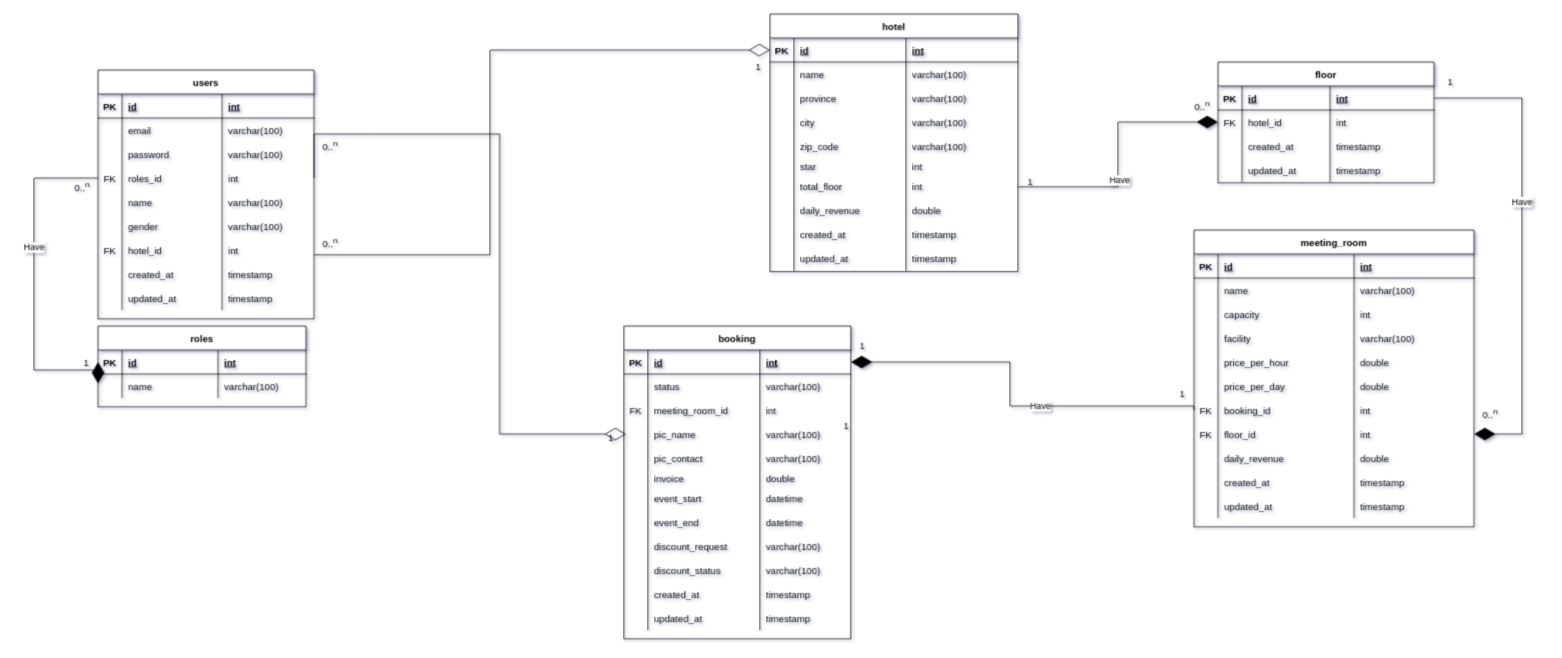
ariejanuarb/hotel_booking keeps this draw.io diagram as page "NEW ERD Master" (4 of 5) of entity_relationship_diagram/Booking_hotel.drawio. Above is the earlier version. Source tidied: cells renumbered, new cells numbered last; positions are measured from the earlier drawing's top-left corner, leaving out a move shared by most shapes. Both pictures are drawn from the tidied source at 80%, with x=0, y=0 at pixel (34, 14).
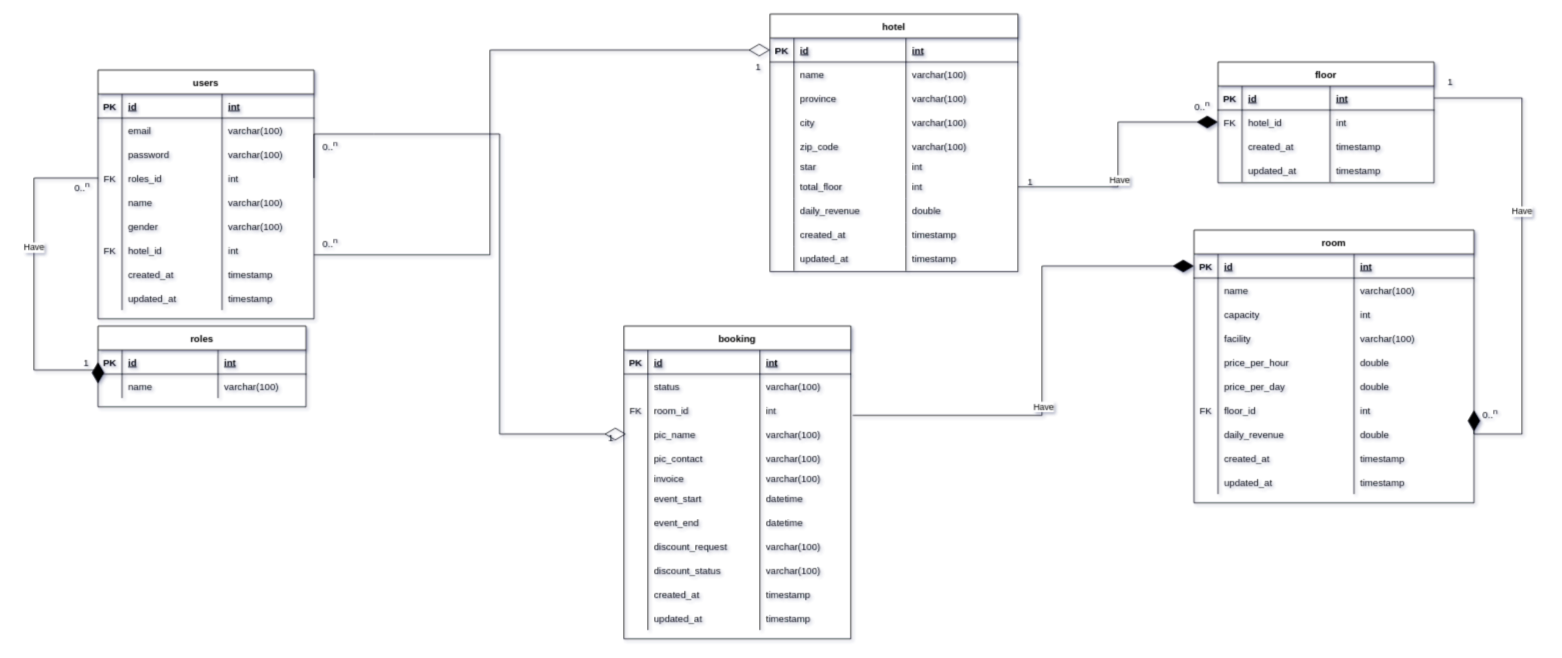
The same diagram, later.

Unchanged cells that the change refers to:
```xml
<mxCell id="66" style="shape=partialRectangle;fillColor=none;points=[[0,0.5],[1,0.5]];portConstraint=eastwest;top=0;left=0;right=0;bottom=1;" parent="65" vertex="1">
  <mxGeometry y="30" width="350" height="30" as="geometry" />
</mxCell>
<mxCell id="165" style="shape=partialRectangle;fillColor=none;points=[[0,0.5],[1,0.5]];portConstraint=eastwest;top=0;left=0;right=0;bottom=1;" parent="164" vertex="1">
  <mxGeometry y="30" width="283.6" height="30" as="geometry" />
</mxCell>
<mxCell id="173" style="shape=partialRectangle;fillColor=none;top=0;left=0;right=0;bottom=0;" parent="164" vertex="1">
  <mxGeometry y="90" width="283.6" height="30" as="geometry" />
</mxCell>
<mxCell id="185" style="shape=partialRectangle;fillColor=none;top=0;left=0;right=0;bottom=0;" parent="164" vertex="1">
  <mxGeometry y="180" width="283.6" height="20" as="geometry" />
</mxCell>
```

The edit, as a diff of the source:
```diff
@@
-    <mxCell id="65" value="meeting_room" style="shape=table;startSize=30;childLayout=tableLayout;rowLines=0;fontStyle=1;align=center;" parent="1" vertex="1">
-      <mxGeometry x="1450" y="270" width="350" height="371" as="geometry" />
+    <mxCell id="65" value="room" style="shape=table;startSize=30;childLayout=tableLayout;rowLines=0;fontStyle=1;align=center;" parent="1" vertex="1">
+      <mxGeometry x="1450" y="270" width="350" height="341" as="geometry" />
     </mxCell>
@@
-    <mxCell id="90" style="shape=partialRectangle;fillColor=none;points=[[0,0.5],[1,0.5]];portConstraint=eastwest;top=0;left=0;right=0;bottom=0;" parent="65" vertex="1">
-      <mxGeometry y="210" width="350" height="30" as="geometry" />
-    </mxCell>
-    <mxCell id="91" value="FK" style="shape=partialRectangle;overflow=hidden;fillColor=none;top=0;left=0;bottom=0;right=0;" parent="90" vertex="1">
-      <mxGeometry width="30" height="30" as="geometry" />
-    </mxCell>
-    <mxCell id="92" value="booking_id" style="shape=partialRectangle;overflow=hidden;fillColor=none;top=0;left=0;bottom=0;right=0;align=left;spacingLeft=6;" parent="90" vertex="1">
-      <mxGeometry x="30" width="170" height="30" as="geometry" />
-    </mxCell>
-    <mxCell id="93" value="int" style="shape=partialRectangle;overflow=hidden;fillColor=none;top=0;left=0;bottom=0;right=0;align=left;spacingLeft=6;" parent="90" vertex="1">
-      <mxGeometry x="200" width="150" height="30" as="geometry" />
-    </mxCell>
     <mxCell id="94" style="shape=partialRectangle;fillColor=none;points=[[0,0.5],[1,0.5]];portConstraint=eastwest;top=0;left=0;right=0;bottom=0;" parent="65" vertex="1">
-      <mxGeometry y="240" width="350" height="30" as="geometry" />
+      <mxGeometry y="210" width="350" height="30" as="geometry" />
     </mxCell>
@@
     <mxCell id="98" style="shape=partialRectangle;fillColor=none;top=0;left=0;right=0;bottom=0;" parent="65" vertex="1">
-      <mxGeometry y="270" width="350" height="30" as="geometry" />
+      <mxGeometry y="240" width="350" height="30" as="geometry" />
     </mxCell>
@@
     <mxCell id="102" style="shape=partialRectangle;fillColor=none;top=0;left=0;right=0;bottom=0;" parent="65" vertex="1">
-      <mxGeometry y="300" width="350" height="30" as="geometry" />
+      <mxGeometry y="270" width="350" height="30" as="geometry" />
     </mxCell>
@@
     <mxCell id="106" style="shape=partialRectangle;fillColor=none;top=0;left=0;right=0;bottom=0;" parent="65" vertex="1">
-      <mxGeometry y="330" width="350" height="30" as="geometry" />
+      <mxGeometry y="300" width="350" height="30" as="geometry" />
     </mxCell>
@@
-    <mxCell id="162" style="endArrow=diamondThin;endFill=1;endSize=24;html=1;rounded=0;exitX=0;exitY=0.5;exitDx=0;exitDy=0;entryX=1;entryY=0.5;entryDx=0;entryDy=0;edgeStyle=orthogonalEdgeStyle;" parent="1" edge="1" source="90" target="165">
+    <mxCell id="162" style="endArrow=diamondThin;endFill=1;endSize=24;html=1;rounded=0;edgeStyle=orthogonalEdgeStyle;exitX=0.781;exitY=0.052;exitDx=0;exitDy=0;exitPerimeter=0;entryX=0;entryY=0.5;entryDx=0;entryDy=0;" parent="1" edge="1" target="66">
       <mxGeometry relative="1" as="geometry">
+        <mxPoint x="1023.4" y="501.6" as="sourcePoint" />
         <Array as="points">
-          <mxPoint x="1450" y="490" />
-          <mxPoint x="1220" y="490" />
-          <mxPoint x="1220" y="435" />
+          <mxPoint x="1260" y="502" />
+          <mxPoint x="1260" y="315" />
         </Array>
       </mxGeometry>
     </mxCell>
@@
-    <mxCell id="175" value="meeting_room_id" style="shape=partialRectangle;overflow=hidden;fillColor=none;top=0;left=0;bottom=0;right=0;align=left;spacingLeft=6;" parent="173" vertex="1">
+    <mxCell id="175" value="room_id" style="shape=partialRectangle;overflow=hidden;fillColor=none;top=0;left=0;bottom=0;right=0;align=left;spacingLeft=6;" parent="173" vertex="1">
       <mxGeometry x="30" width="140" height="30" as="geometry" />
     </mxCell>
@@
-    <mxCell id="188" value="double" style="shape=partialRectangle;overflow=hidden;fillColor=none;top=0;left=0;bottom=0;right=0;align=left;spacingLeft=6;" parent="185" vertex="1">
+    <mxCell id="188" value="varchar(100)" style="shape=partialRectangle;overflow=hidden;fillColor=none;top=0;left=0;bottom=0;right=0;align=left;spacingLeft=6;" parent="185" vertex="1">
       <mxGeometry x="170" width="113.6" height="20" as="geometry" />
     </mxCell>
@@
-    <mxCell id="213" value="1" style="text;html=1;align=center;verticalAlign=middle;strokeColor=none;fillColor=none;" parent="1" vertex="1">
-      <mxGeometry x="1420" y="460" width="30" height="30" as="geometry" />
-    </mxCell>
-    <mxCell id="214" value="1" style="text;html=1;align=center;verticalAlign=middle;strokeColor=none;fillColor=none;" parent="1" vertex="1">
-      <mxGeometry x="1020" y="400" width="30" height="30" as="geometry" />
-    </mxCell>
-    <mxCell id="215" value="1" style="text;html=1;align=center;verticalAlign=middle;strokeColor=none;fillColor=none;" parent="1" vertex="1">
-      <mxGeometry x="1000" y="500" width="30" height="30" as="geometry" />
-    </mxCell>
```
